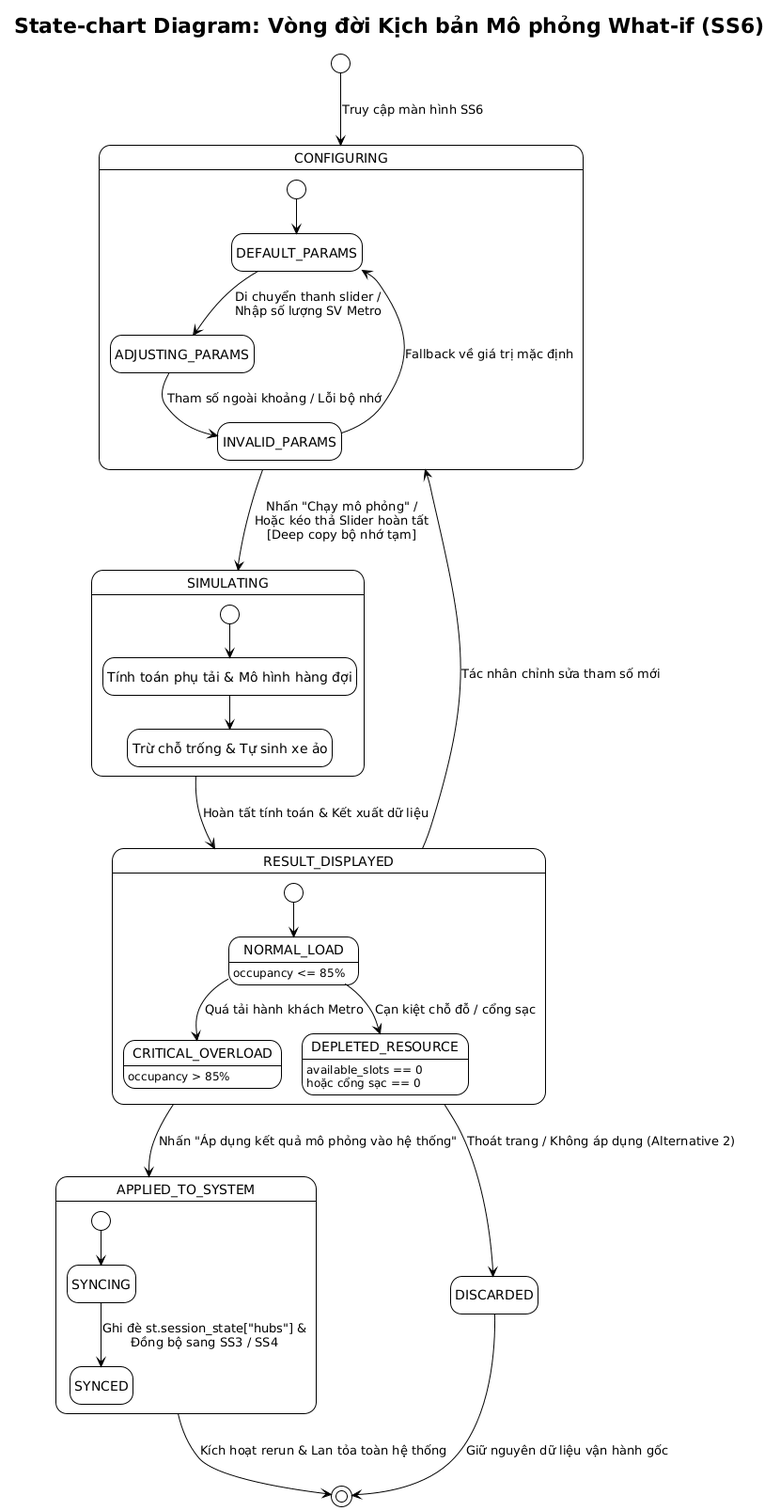
This is docs/diagrams/Use-case detail-scenario/SS6/State-chart diagrams/UC_SS6_Scenario_Lifecycle_statechart.png from Dat-nguyen195/BTL_1_CNPM, a PlantUML export, as it was before one commit.
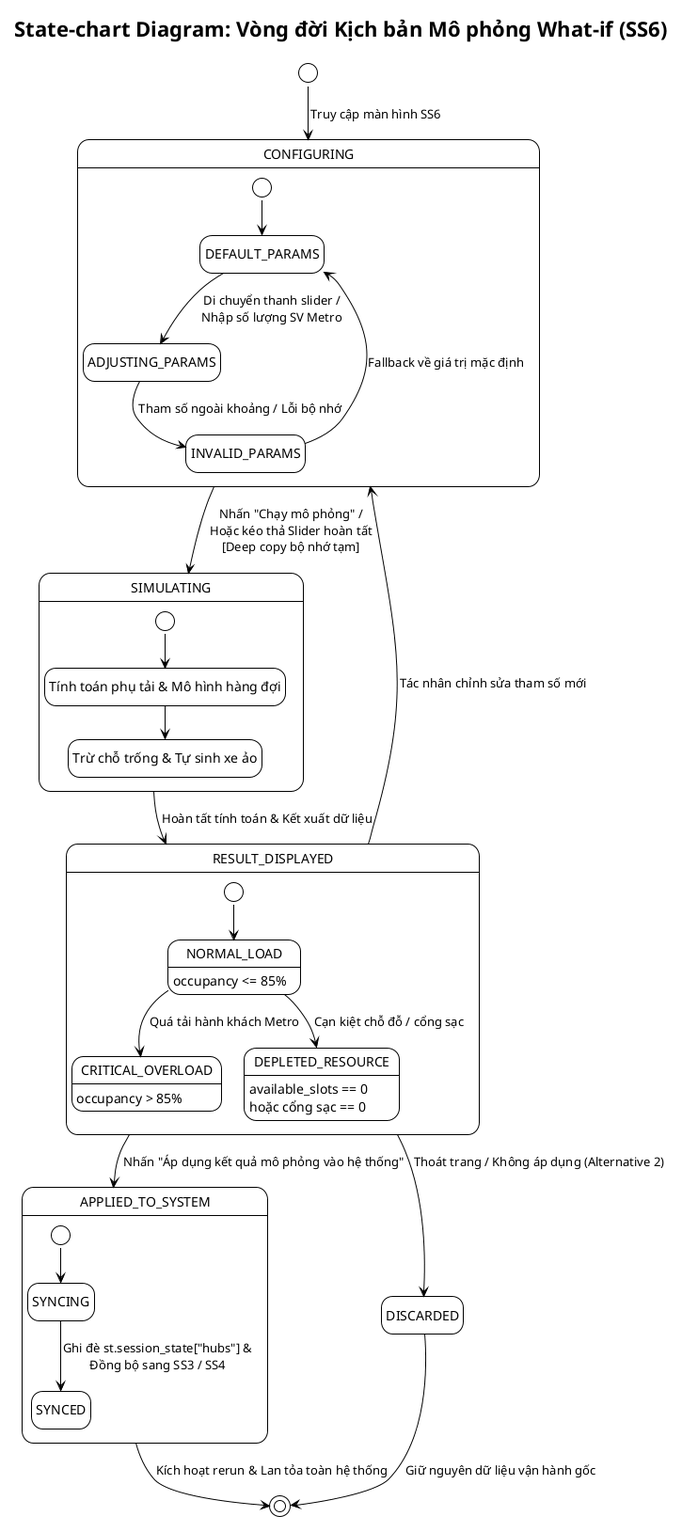
The same file after the commit.

Change to the diagram source:
```diff
@@ -1,4 +1,5 @@
-@startuml
+@startuml UC_SS6_Scenario_Lifecycle_statechart
+!pragma layout smetana
 !theme plain
 hide empty description
 
@@ -45,4 +46,5 @@
 
 DISCARDED --> [*] : Giữ nguyên dữ liệu vận hành gốc
 APPLIED_TO_SYSTEM --> [*] : Kích hoạt rerun & Lan tỏa toàn hệ thống
+
 @enduml
```
